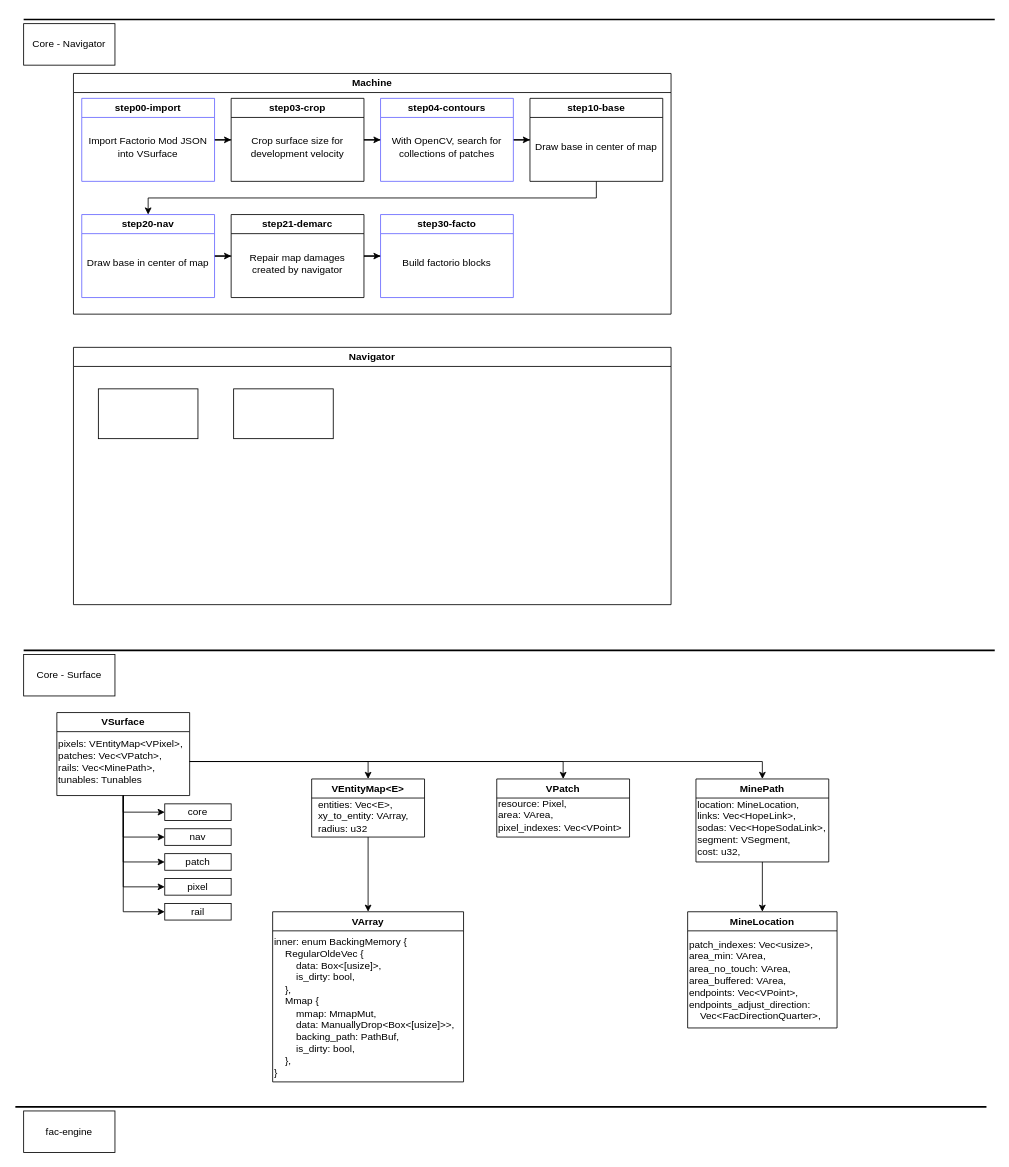
Earlier version of the draw.io diagram facto-loop-miner.drawio (TheLQ/tako-diagrams). Source tidied: cells renumbered, new cells numbered last; positions are measured from the earlier drawing's top-left corner, leaving out a move shared by most shapes. Both pictures are drawn from the tidied source at 83%, with x=0, y=0 at pixel (15, 15).
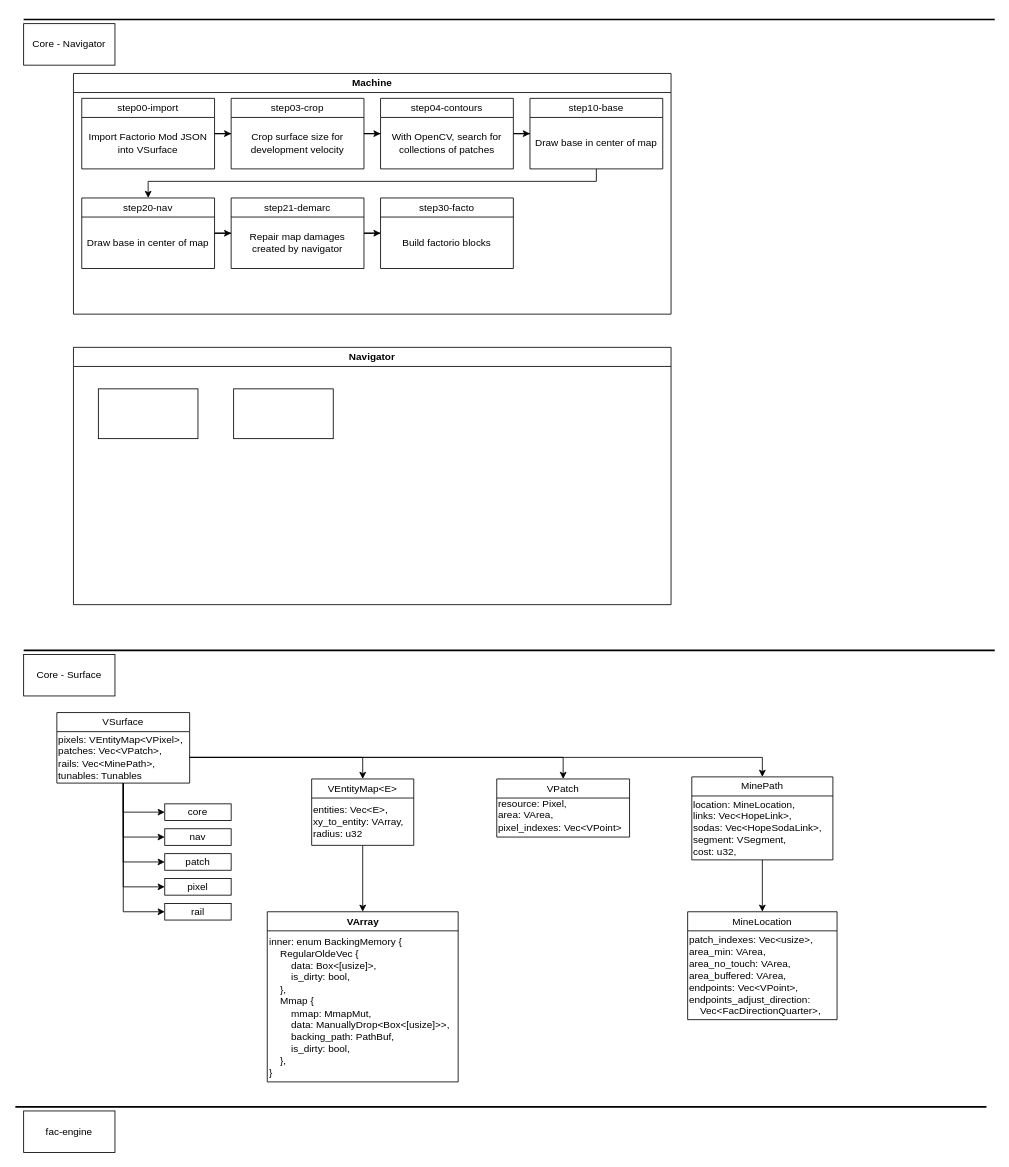
Above is the later version.

Commit message:
facto: fix styles

The change refers to these unchanged cells:
```xml
<mxCell id="22" style="group;" parent="1" vertex="1">
  <mxGeometry x="580" y="920" width="160" height="70" as="geometry" />
</mxCell>
<mxCell id="36" value="Machine" style="swimlane;whiteSpace=wrap;html=1;" parent="1" vertex="1">
  <mxGeometry x="70" y="70" width="720" height="290" as="geometry" />
</mxCell>
```

What changed in the source:
```diff
@@
-    <mxCell id="8" value="VSurface" style="swimlane;whiteSpace=wrap;html=1;" parent="1" vertex="1">
-      <mxGeometry x="50" y="840" width="160" height="100" as="geometry" />
+    <mxCell id="8" value="VSurface" style="swimlane;fontStyle=0;horizontal=1;whiteSpace=wrap;html=1;fillStyle=solid;fillColor=default;swimlaneFillColor=default;" parent="1" vertex="1">
+      <mxGeometry x="50" y="840" width="160" height="85" as="geometry" />
     </mxCell>
     <mxCell id="9" value="&lt;div&gt;pixels: VEntityMap&amp;lt;VPixel&amp;gt;,&lt;/div&gt;&lt;div&gt;patches: Vec&amp;lt;VPatch&amp;gt;,&lt;/div&gt;&lt;div&gt;rails: Vec&amp;lt;MinePath&amp;gt;,&lt;/div&gt;&lt;div&gt;tunables: Tunables&lt;/div&gt;" style="text;html=1;align=left;verticalAlign=middle;whiteSpace=wrap;rounded=0;" parent="8" vertex="1">
-      <mxGeometry y="28" width="160" height="62" as="geometry" />
+      <mxGeometry y="23" width="160" height="62" as="geometry" />
     </mxCell>
@@
-    <mxCell id="16" value="VEntityMap&amp;lt;E&amp;gt;" style="swimlane;whiteSpace=wrap;html=1;" parent="1" vertex="1">
-      <mxGeometry x="357" y="920" width="136" height="70" as="geometry" />
+    <mxCell id="16" value="VEntityMap&amp;lt;E&amp;gt;" style="swimlane;fontStyle=0;horizontal=1;whiteSpace=wrap;html=1;fillStyle=solid;fillColor=default;swimlaneFillColor=default;" parent="1" vertex="1">
+      <mxGeometry x="357" y="920" width="123" height="80" as="geometry" />
     </mxCell>
     <mxCell id="17" value="&lt;div&gt;entities: Vec&amp;lt;E&amp;gt;,&lt;/div&gt;&lt;div&gt;xy_to_entity: VArray,&lt;/div&gt;&lt;div&gt;radius: u32&lt;/div&gt;" style="text;html=1;whiteSpace=wrap;strokeColor=none;fillColor=none;align=left;verticalAlign=middle;rounded=0;" parent="16" vertex="1">
-      <mxGeometry x="6" y="30" width="130" height="30" as="geometry" />
+      <mxGeometry y="23" width="123" height="57" as="geometry" />
     </mxCell>
@@
     <mxCell id="19" value="VArray" style="swimlane;whiteSpace=wrap;html=1;" parent="1" vertex="1">
-      <mxGeometry x="310" y="1080" width="230" height="205" as="geometry" />
+      <mxGeometry x="303.5" y="1080" width="230" height="205" as="geometry" />
     </mxCell>
@@
-    <mxCell id="23" value="VPatch" style="swimlane;whiteSpace=wrap;html=1;" parent="22" vertex="1">
+    <mxCell id="23" value="VPatch" style="swimlane;fontStyle=0;horizontal=1;whiteSpace=wrap;html=1;fillStyle=solid;fillColor=default;swimlaneFillColor=default;" parent="22" vertex="1">
       <mxGeometry width="160" height="70" as="geometry" />
     </mxCell>
@@
-    <mxCell id="26" value="MinePath" style="swimlane;whiteSpace=wrap;html=1;" parent="1" vertex="1">
-      <mxGeometry x="820" y="920" width="160" height="100" as="geometry" />
+    <mxCell id="26" value="MinePath" style="swimlane;fontStyle=0;horizontal=1;whiteSpace=wrap;html=1;fillStyle=solid;fillColor=default;swimlaneFillColor=default;" parent="1" vertex="1">
+      <mxGeometry x="815" y="917.5" width="170" height="100" as="geometry" />
     </mxCell>
     <mxCell id="27" value="location: MineLocation,&lt;br&gt;links: Vec&amp;lt;HopeLink&amp;gt;,&lt;br&gt;sodas: Vec&amp;lt;HopeSodaLink&amp;gt;,&lt;br&gt;segment: VSegment,&lt;br&gt;cost: u32," style="text;html=1;align=left;verticalAlign=middle;whiteSpace=wrap;rounded=0;" parent="26" vertex="1">
-      <mxGeometry y="28" width="160" height="62" as="geometry" />
+      <mxGeometry y="23" width="170" height="77" as="geometry" />
     </mxCell>
-    <mxCell id="28" value="MineLocation" style="swimlane;whiteSpace=wrap;html=1;" parent="1" vertex="1">
-      <mxGeometry x="810" y="1080" width="180" height="140" as="geometry" />
+    <mxCell id="28" value="MineLocation" style="swimlane;fontStyle=0;horizontal=1;whiteSpace=wrap;html=1;fillStyle=solid;fillColor=default;swimlaneFillColor=default;" parent="1" vertex="1">
+      <mxGeometry x="810" y="1080" width="180" height="130" as="geometry" />
     </mxCell>
-    <mxCell id="29" value="patch_indexes: Vec&amp;lt;usize&amp;gt;,&lt;br&gt;area_min: VArea,&lt;br&gt;area_no_touch: VArea,&lt;br&gt;area_buffered: VArea,&lt;br&gt;endpoints: Vec&amp;lt;VPoint&amp;gt;,&lt;br&gt;&lt;div&gt;endpoints_adjust_direction:&amp;nbsp;&lt;/div&gt;&lt;div&gt;&amp;nbsp; &amp;nbsp; Vec&amp;lt;FacDirectionQuarter&amp;gt;,&lt;/div&gt;&lt;div&gt;&lt;br&gt;&lt;/div&gt;" style="text;html=1;align=left;verticalAlign=middle;whiteSpace=wrap;rounded=0;" parent="28" vertex="1">
-      <mxGeometry y="30" width="240" height="120" as="geometry" />
+    <mxCell id="29" value="patch_indexes: Vec&amp;lt;usize&amp;gt;,&lt;br&gt;area_min: VArea,&lt;br&gt;area_no_touch: VArea,&lt;br&gt;area_buffered: VArea,&lt;br&gt;endpoints: Vec&amp;lt;VPoint&amp;gt;,&lt;br&gt;&lt;div&gt;endpoints_adjust_direction:&amp;nbsp;&lt;/div&gt;&lt;div&gt;&amp;nbsp; &amp;nbsp; Vec&amp;lt;FacDirectionQuarter&amp;gt;,&lt;/div&gt;" style="text;html=1;align=left;verticalAlign=middle;whiteSpace=wrap;rounded=0;" parent="28" vertex="1">
+      <mxGeometry y="23" width="180" height="107" as="geometry" />
     </mxCell>
@@
-    <mxCell id="38" value="step00-import" style="swimlane;whiteSpace=wrap;html=1;strokeColor=#6666FF;" parent="36" vertex="1">
-      <mxGeometry x="10" y="30" width="160" height="100" as="geometry" />
+    <mxCell id="38" value="step00-import" style="swimlane;fontStyle=0;horizontal=1;whiteSpace=wrap;html=1;fillStyle=solid;fillColor=default;swimlaneFillColor=default;" parent="36" vertex="1">
+      <mxGeometry x="10" y="30" width="160" height="85" as="geometry" />
     </mxCell>
     <mxCell id="39" value="Import Factorio Mod JSON into VSurface" style="text;html=1;align=center;verticalAlign=middle;whiteSpace=wrap;rounded=0;" parent="38" vertex="1">
-      <mxGeometry y="28" width="160" height="62" as="geometry" />
+      <mxGeometry y="23" width="160" height="62" as="geometry" />
     </mxCell>
@@
-    <mxCell id="41" value="step03-crop" style="swimlane;whiteSpace=wrap;html=1;" parent="36" vertex="1">
-      <mxGeometry x="190" y="30" width="160" height="100" as="geometry" />
+    <mxCell id="41" value="step03-crop" style="swimlane;fontStyle=0;horizontal=1;whiteSpace=wrap;html=1;swimlaneFillColor=default;" parent="36" vertex="1">
+      <mxGeometry x="190" y="30" width="160" height="85" as="geometry" />
     </mxCell>
     <mxCell id="42" value="Crop surface size for development velocity" style="text;html=1;align=center;verticalAlign=middle;whiteSpace=wrap;rounded=0;" parent="41" vertex="1">
-      <mxGeometry y="28" width="160" height="62" as="geometry" />
+      <mxGeometry y="23" width="160" height="62" as="geometry" />
     </mxCell>
@@
-    <mxCell id="44" value="step04-contours" style="swimlane;whiteSpace=wrap;html=1;strokeColor=#6666FF;" parent="36" vertex="1">
-      <mxGeometry x="370" y="30" width="160" height="100" as="geometry" />
+    <mxCell id="44" value="step04-contours" style="swimlane;fontStyle=0;horizontal=1;whiteSpace=wrap;html=1;swimlaneFillColor=default;" parent="36" vertex="1">
+      <mxGeometry x="370" y="30" width="160" height="85" as="geometry" />
     </mxCell>
     <mxCell id="45" value="With OpenCV, search for collections of patches" style="text;html=1;align=center;verticalAlign=middle;whiteSpace=wrap;rounded=0;" parent="44" vertex="1">
-      <mxGeometry y="28" width="160" height="62" as="geometry" />
+      <mxGeometry y="23" width="160" height="62" as="geometry" />
     </mxCell>
-    <mxCell id="46" value="step10-base" style="swimlane;whiteSpace=wrap;html=1;" parent="36" vertex="1">
-      <mxGeometry x="550" y="30" width="160" height="100" as="geometry" />
+    <mxCell id="46" value="step10-base" style="swimlane;fontStyle=0;horizontal=1;whiteSpace=wrap;html=1;swimlaneFillColor=default;" parent="36" vertex="1">
+      <mxGeometry x="550" y="30" width="160" height="85" as="geometry" />
     </mxCell>
     <mxCell id="47" value="Draw base in center of map" style="text;html=1;align=center;verticalAlign=middle;whiteSpace=wrap;rounded=0;" parent="46" vertex="1">
-      <mxGeometry y="28" width="160" height="62" as="geometry" />
+      <mxGeometry y="23" width="160" height="62" as="geometry" />
     </mxCell>
@@
-    <mxCell id="49" value="step20-nav" style="swimlane;whiteSpace=wrap;html=1;strokeColor=#6666FF;" parent="36" vertex="1">
-      <mxGeometry x="10" y="170" width="160" height="100" as="geometry" />
+    <mxCell id="49" value="step20-nav" style="swimlane;fontStyle=0;horizontal=1;whiteSpace=wrap;html=1;swimlaneFillColor=default;" parent="36" vertex="1">
+      <mxGeometry x="10" y="150" width="160" height="85" as="geometry" />
     </mxCell>
     <mxCell id="50" value="Draw base in center of map" style="text;html=1;align=center;verticalAlign=middle;whiteSpace=wrap;rounded=0;" parent="49" vertex="1">
-      <mxGeometry y="28" width="160" height="62" as="geometry" />
+      <mxGeometry y="23" width="160" height="62" as="geometry" />
     </mxCell>
     <mxCell id="51" style="edgeStyle=orthogonalEdgeStyle;rounded=0;jettySize=auto;html=1;" parent="36" edge="1" source="46" target="49">
       <mxGeometry relative="1" as="geometry">
         <Array as="points">
-          <mxPoint x="630" y="150" />
-          <mxPoint x="90" y="150" />
+          <mxPoint x="630" y="130" />
+          <mxPoint x="90" y="130" />
         </Array>
       </mxGeometry>
     </mxCell>
@@
-    <mxCell id="53" value="step21-demarc" style="swimlane;whiteSpace=wrap;html=1;" parent="36" vertex="1">
-      <mxGeometry x="190" y="170" width="160" height="100" as="geometry" />
+    <mxCell id="53" value="step21-demarc" style="swimlane;fontStyle=0;horizontal=1;whiteSpace=wrap;html=1;swimlaneFillColor=default;" parent="36" vertex="1">
+      <mxGeometry x="190" y="150" width="160" height="85" as="geometry" />
     </mxCell>
     <mxCell id="54" value="Repair map damages created by navigator" style="text;html=1;align=center;verticalAlign=middle;whiteSpace=wrap;rounded=0;" parent="53" vertex="1">
-      <mxGeometry y="28" width="160" height="62" as="geometry" />
+      <mxGeometry y="23" width="160" height="62" as="geometry" />
     </mxCell>
-    <mxCell id="55" value="step30-facto" style="swimlane;whiteSpace=wrap;html=1;strokeColor=#6666FF;" parent="36" vertex="1">
-      <mxGeometry x="370" y="170" width="160" height="100" as="geometry" />
+    <mxCell id="55" value="step30-facto" style="swimlane;fontStyle=0;horizontal=1;whiteSpace=wrap;html=1;swimlaneFillColor=default;" parent="36" vertex="1">
+      <mxGeometry x="370" y="150" width="160" height="85" as="geometry" />
     </mxCell>
     <mxCell id="56" value="Build factorio blocks" style="text;html=1;align=center;verticalAlign=middle;whiteSpace=wrap;rounded=0;" parent="55" vertex="1">
-      <mxGeometry y="28" width="160" height="62" as="geometry" />
+      <mxGeometry y="23" width="160" height="62" as="geometry" />
     </mxCell>
```
